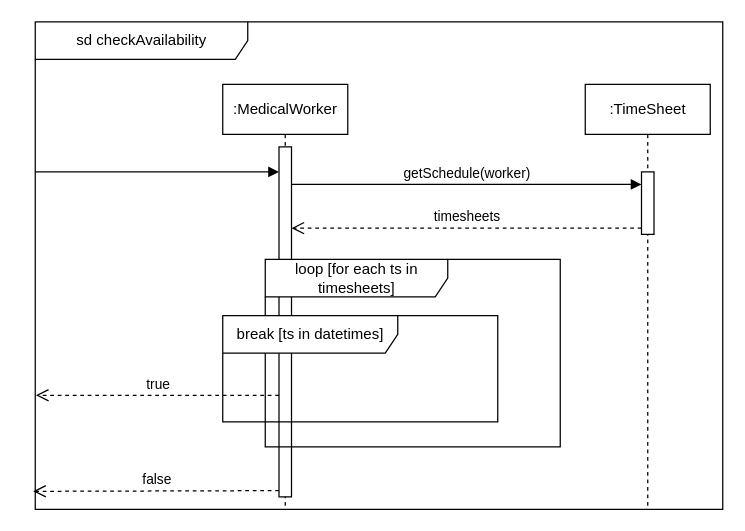
This is page "SD2" (2 of 3) of lab2/.drawio/SD.drawio from nedeadinside/oaoaoaoaoaoaoaoa, a draw.io file, before an edit. Source tidied: cells renumbered, new cells numbered last; positions are measured from the earlier drawing's top-left corner, leaving out a move shared by most shapes. Both pictures are drawn from the tidied source at 125%, with x=0, y=0 at pixel (35, 21).
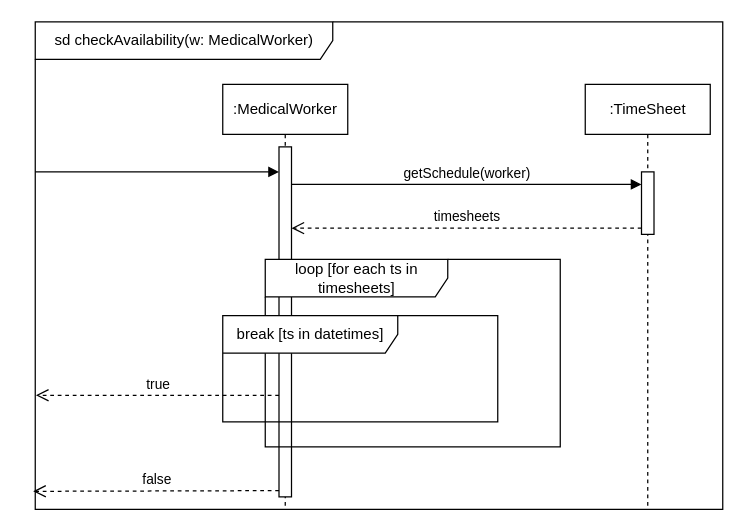
The same diagram, later.

Change to the diagram source:
```diff
@@
 <mxGraphModel>
   <root>
     <mxCell id="0" />
     <mxCell id="1" parent="0" />
-    <mxCell id="2" value="&lt;span style=&quot;text-wrap-mode: nowrap;&quot;&gt;sd checkAvailability&lt;/span&gt;" style="shape=umlFrame;whiteSpace=wrap;html=1;gradientColor=none;swimlaneFillColor=default;width=170;height=30;" parent="1" vertex="1">
+    <mxCell id="2" value="&lt;span style=&quot;text-wrap-mode: nowrap;&quot;&gt;sd checkAvailability(w: MedicalWorker)&lt;/span&gt;" style="shape=umlFrame;whiteSpace=wrap;html=1;gradientColor=none;swimlaneFillColor=default;width=238;height=30;" parent="1" vertex="1">
       <mxGeometry x="-0.3" width="550" height="390" as="geometry" />
     </mxCell>
     <mxCell id="3" value=":MedicalWorker" style="shape=umlLifeline;perimeter=lifelinePerimeter;whiteSpace=wrap;html=1;newEdgeStyle={&quot;curved&quot;:0,&quot;rounded&quot;:0};" parent="1" vertex="1">
       <mxGeometry x="149.7" y="50" width="100" height="340" as="geometry" />
     </mxCell>
     <mxCell id="4" style="html=1;points=[[0,0,0,0,5],[0,1,0,0,-5],[1,0,0,0,5],[1,1,0,0,-5]];perimeter=orthogonalPerimeter;outlineConnect=0;targetShapes=umlLifeline;portConstraint=eastwest;newEdgeStyle={&quot;curved&quot;:0,&quot;rounded&quot;:0};" parent="3" vertex="1">
       <mxGeometry x="45" y="50" width="10" height="280" as="geometry" />
     </mxCell>
     <mxCell id="5" value=":TimeSheet" style="shape=umlLifeline;perimeter=lifelinePerimeter;whiteSpace=wrap;html=1;newEdgeStyle={&quot;curved&quot;:0,&quot;rounded&quot;:0};" parent="1" vertex="1">
       <mxGeometry x="439.7" y="50" width="100" height="340" as="geometry" />
     </mxCell>
     <mxCell id="6" style="html=1;points=[[0,0,0,0,5],[0,1,0,0,-5],[1,0,0,0,5],[1,1,0,0,-5]];perimeter=orthogonalPerimeter;outlineConnect=0;targetShapes=umlLifeline;portConstraint=eastwest;newEdgeStyle={&quot;curved&quot;:0,&quot;rounded&quot;:0};" parent="5" vertex="1">
       <mxGeometry x="45" y="70" width="10" height="50" as="geometry" />
     </mxCell>
     <mxCell id="7" style="html=1;verticalAlign=bottom;endArrow=block;curved=0;rounded=0;" parent="1" edge="1" target="4">
       <mxGeometry relative="1" as="geometry">
         <mxPoint x="-0.3" y="120" as="sourcePoint" />
       </mxGeometry>
     </mxCell>
     <mxCell id="8" value="getSchedule(worker)" style="html=1;verticalAlign=bottom;endArrow=block;curved=0;rounded=0;" parent="1" edge="1">
       <mxGeometry relative="1" as="geometry">
         <mxPoint x="204.7" y="130" as="sourcePoint" />
         <mxPoint x="484.7" y="130" as="targetPoint" />
       </mxGeometry>
     </mxCell>
     <mxCell id="9" value="timesheets" style="html=1;verticalAlign=bottom;endArrow=open;dashed=1;endSize=8;curved=0;rounded=0;exitX=0;exitY=1;exitDx=0;exitDy=-5;exitPerimeter=0;" parent="1" edge="1" source="6" target="4">
       <mxGeometry relative="1" as="geometry" />
     </mxCell>
     <mxCell id="10" value="loop [for each ts in timesheets]" style="shape=umlFrame;whiteSpace=wrap;html=1;width=146;height=30;" parent="1" vertex="1">
       <mxGeometry x="183.7" y="190" width="236" height="150" as="geometry" />
     </mxCell>
     <mxCell id="11" value="break [ts in datetimes]" style="shape=umlFrame;whiteSpace=wrap;html=1;width=140;height=30;" parent="1" vertex="1">
       <mxGeometry x="149.7" y="235" width="220" height="85" as="geometry" />
     </mxCell>
     <mxCell id="12" value="true" style="html=1;verticalAlign=bottom;endArrow=open;dashed=1;endSize=8;curved=0;rounded=0;entryX=0.001;entryY=0.766;entryDx=0;entryDy=0;entryPerimeter=0;" parent="1" edge="1" source="4" target="2">
       <mxGeometry relative="1" as="geometry" />
     </mxCell>
     <mxCell id="13" value="false" style="html=1;verticalAlign=bottom;endArrow=open;dashed=1;endSize=8;curved=0;rounded=0;exitX=0;exitY=1;exitDx=0;exitDy=-5;exitPerimeter=0;entryX=-0.003;entryY=0.963;entryDx=0;entryDy=0;entryPerimeter=0;" parent="1" edge="1" source="4" target="2">
       <mxGeometry relative="1" as="geometry" />
     </mxCell>
   </root>
 </mxGraphModel>
```
